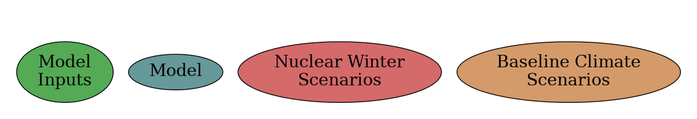
Above: docs/Figure_4/overview_legend.png in allfed/allfed-integrated-model (Graphviz), before the change. Its source is kept beside it as docs/Figure_4/overview_legend.dot.
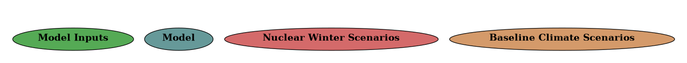
Later version of the same file.

Diff of the diagram source:
```diff
@@ -1,14 +1,14 @@
 digraph ModelOverview {
     subgraph cluster_0 {
-        label="Legend";
+        label= < <B>Legend</B> > ;
         style=invis; // Makes the subgraph border invisible
-        fontsize=20; // Increased fontsize for the legend label
+        fontsize=15; // Increased fontsize for the legend label
         fontname="Helvetica bold"; // Specify a bold font for the legend label
 
-        Baseline [label="Baseline Climate\nScenarios", fontsize=20, fillcolor="#D49A6A", style="filled"];
-        nw [label="Nuclear Winter\nScenarios", fontsize=20, fillcolor="#D46A6A", style="filled"];
-        model [label="Model", fontsize=20, style="filled", fillcolor="#669999"];
-        norm_consumption [label="Model\nInputs", fontsize=20, style="filled", fillcolor="#55AA55"];
+        Baseline [label= < <B>Baseline Climate Scenarios</B> >, fontsize=15, fillcolor="#D49A6A", style="filled"];
+        nw [label= < <B>Nuclear Winter Scenarios</B> >, fontsize=15, fillcolor="#D46A6A", style="filled"];
+        model [label= < <B>Model</B> >, fontsize=15, style="filled", fillcolor="#669999"];
+        norm_consumption [label= < <B>Model Inputs</B> >, fontsize=15, style="filled", fillcolor="#55AA55"];
 
     }
 }
```
